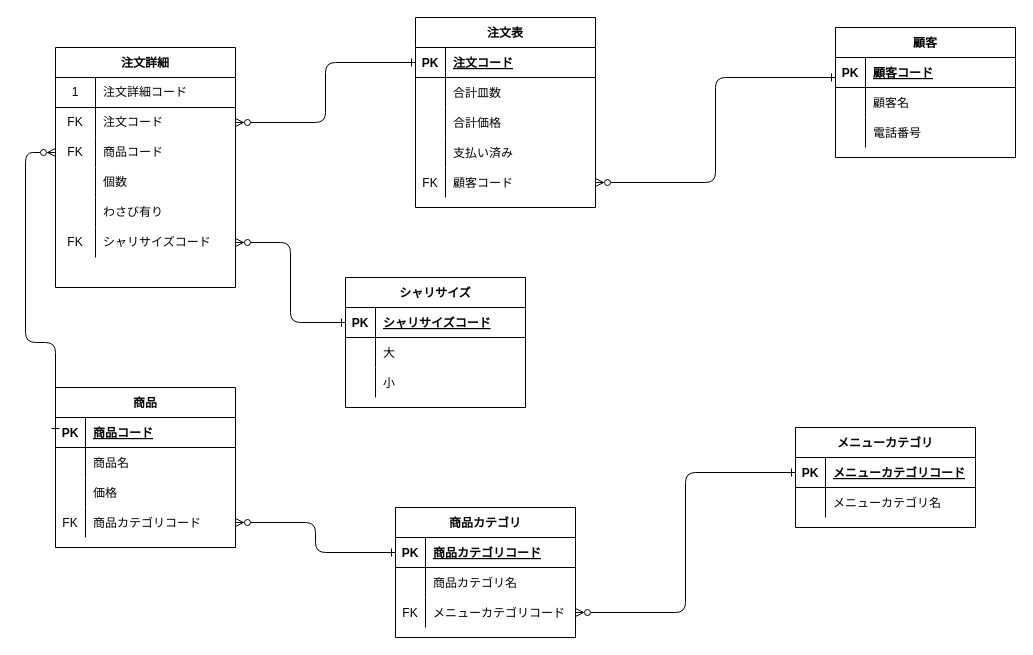
This is データベース設計/DBモデリング１/課題2/課題2_シャリサイズ追加.drawio from Yuji5117/praha_challenge, a draw.io file, before an edit. Source tidied: cells renumbered, new cells numbered last; positions are measured from the earlier drawing's top-left corner, leaving out a move shared by most shapes. Both pictures are drawn from the tidied source at 100%, with x=0, y=0 at pixel (25, 17).
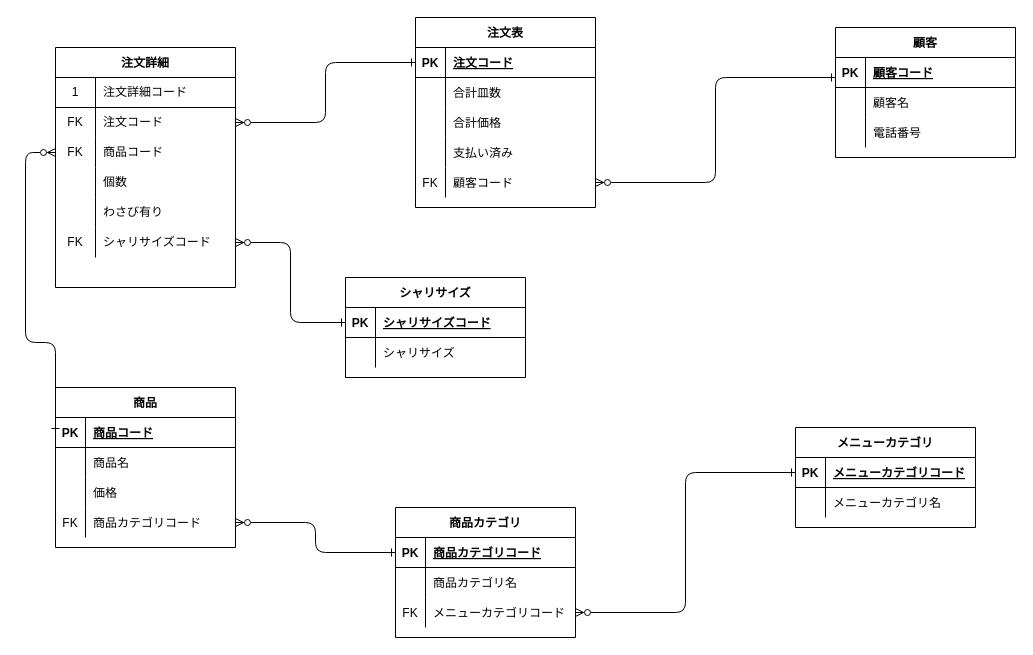
Above is the later version.

Commit message (it also covers changes not shown here):
課題2_シャリサイズのER図を修正

Unchanged cells that the change refers to:
```xml
<mxCell id="86" style="shape=partialRectangle;fillColor=none;top=0;left=0;bottom=0;right=0;" parent="82" vertex="1">
  <mxGeometry y="60" width="180" height="30" as="geometry" />
</mxCell>
```

The edit, as a diff of the source:
```diff
@@
     <mxCell id="82" value="シャリサイズ" style="shape=table;startSize=30;childLayout=tableLayout;rowLines=0;fontStyle=1;align=center;" parent="1" vertex="1">
-      <mxGeometry x="320" y="260" width="180" height="130" as="geometry" />
+      <mxGeometry x="320" y="260" width="180" height="100" as="geometry" />
     </mxCell>
@@
-    <mxCell id="88" value="大" style="shape=partialRectangle;fillColor=none;top=0;left=0;bottom=0;right=0;align=left;spacingLeft=6;overflow=hidden;" parent="86" vertex="1">
+    <mxCell id="88" value="シャリサイズ" style="shape=partialRectangle;fillColor=none;top=0;left=0;bottom=0;right=0;align=left;spacingLeft=6;overflow=hidden;" parent="86" vertex="1">
       <mxGeometry x="30" width="150" height="30" as="geometry" />
     </mxCell>
-    <mxCell id="89" style="shape=partialRectangle;fillColor=none;top=0;left=0;bottom=0;right=0;" parent="82" vertex="1">
-      <mxGeometry y="90" width="180" height="30" as="geometry" />
-    </mxCell>
-    <mxCell id="90" style="shape=partialRectangle;fillColor=none;top=0;left=0;bottom=0;right=0;overflow=hidden;" parent="89" vertex="1">
-      <mxGeometry width="30" height="30" as="geometry" />
-    </mxCell>
-    <mxCell id="91" value="小" style="shape=partialRectangle;fillColor=none;top=0;left=0;bottom=0;right=0;align=left;spacingLeft=6;overflow=hidden;" parent="89" vertex="1">
-      <mxGeometry x="30" width="150" height="30" as="geometry" />
-    </mxCell>
```
